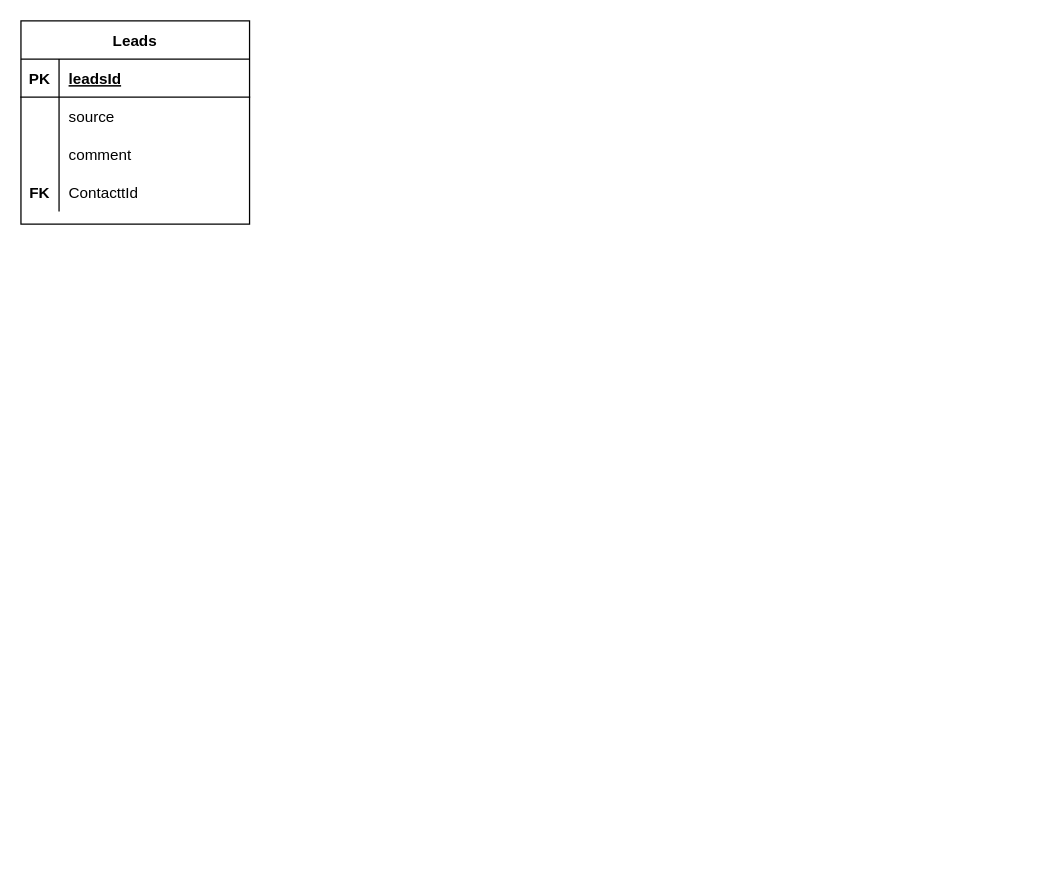
ransht/weather keeps this draw.io diagram as Untitled Diagram.drawio. Above is the earlier version. Source tidied: cells renumbered, new cells numbered last; positions are measured from the earlier drawing's top-left corner, leaving out a move shared by most shapes. Both pictures are drawn from the tidied source at 127%, with x=0, y=0 at pixel (20, 20).
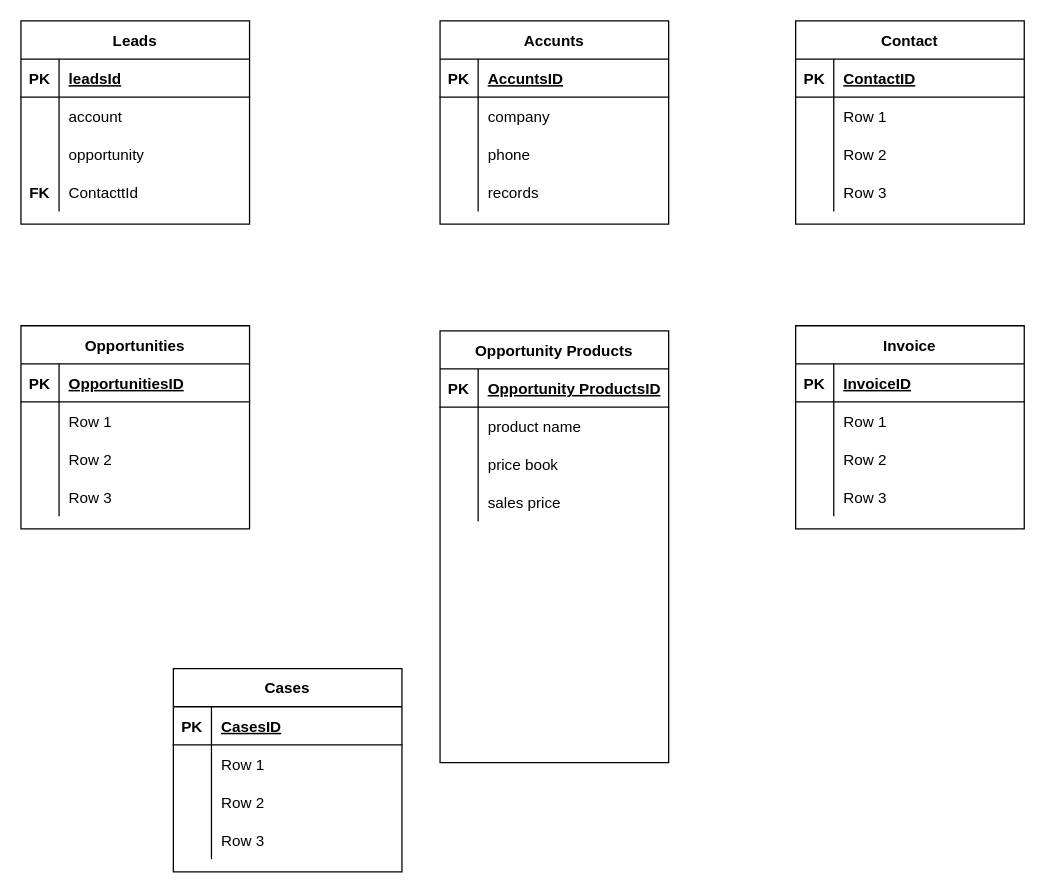
The same page after the edit.

The change refers to these unchanged cells:
```xml
<mxCell id="6" style="shape=tableRow;horizontal=0;startSize=0;swimlaneHead=0;swimlaneBody=0;fillColor=none;top=0;left=0;right=0;bottom=0;" parent="2" vertex="1">
  <mxGeometry y="60" width="180" height="30" as="geometry" />
</mxCell>
<mxCell id="9" style="shape=tableRow;horizontal=0;startSize=0;swimlaneHead=0;swimlaneBody=0;fillColor=none;top=0;left=0;right=0;bottom=0;" parent="2" vertex="1">
  <mxGeometry y="90" width="180" height="30" as="geometry" />
</mxCell>
```

Diff of the diagram source:
```diff
@@
-    <mxCell id="8" value="source" style="shape=partialRectangle;fillColor=none;top=0;left=0;bottom=0;right=0;align=left;spacingLeft=6;overflow=hidden;" parent="6" vertex="1">
+    <mxCell id="8" value="account" style="shape=partialRectangle;fillColor=none;top=0;left=0;bottom=0;right=0;align=left;spacingLeft=6;overflow=hidden;" parent="6" vertex="1">
       <mxGeometry x="30" width="150" height="30" as="geometry" />
     </mxCell>
@@
-    <mxCell id="11" value="comment" style="shape=partialRectangle;fillColor=none;top=0;left=0;bottom=0;right=0;align=left;spacingLeft=6;overflow=hidden;" parent="9" vertex="1">
+    <mxCell id="11" value="opportunity" style="shape=partialRectangle;fillColor=none;top=0;left=0;bottom=0;right=0;align=left;spacingLeft=6;overflow=hidden;" parent="9" vertex="1">
       <mxGeometry x="30" width="150" height="30" as="geometry" />
     </mxCell>
@@
+    <mxCell id="16" value="Opportunities" style="shape=table;startSize=30;childLayout=tableLayout;rowLines=0;fontStyle=1;align=center;" parent="1" vertex="1">
+      <mxGeometry y="240" width="180" height="160" as="geometry" />
+    </mxCell>
+    <mxCell id="17" style="shape=tableRow;horizontal=0;startSize=0;swimlaneHead=0;swimlaneBody=0;fillColor=none;top=0;left=0;right=0;bottom=1;" parent="16" vertex="1">
+      <mxGeometry y="30" width="180" height="30" as="geometry" />
+    </mxCell>
+    <mxCell id="18" value="PK" style="shape=partialRectangle;fillColor=none;top=0;left=0;bottom=0;right=0;fontStyle=1;overflow=hidden;" parent="17" vertex="1">
+      <mxGeometry width="30" height="30" as="geometry" />
+    </mxCell>
+    <mxCell id="19" value="OpportunitiesID" style="shape=partialRectangle;fillColor=none;top=0;left=0;bottom=0;right=0;align=left;spacingLeft=6;fontStyle=5;overflow=hidden;" parent="17" vertex="1">
+      <mxGeometry x="30" width="150" height="30" as="geometry" />
+    </mxCell>
+    <mxCell id="20" style="shape=tableRow;horizontal=0;startSize=0;swimlaneHead=0;swimlaneBody=0;fillColor=none;top=0;left=0;right=0;bottom=0;" parent="16" vertex="1">
+      <mxGeometry y="60" width="180" height="30" as="geometry" />
+    </mxCell>
+    <mxCell id="21" style="shape=partialRectangle;fillColor=none;top=0;left=0;bottom=0;right=0;overflow=hidden;" parent="20" vertex="1">
+      <mxGeometry width="30" height="30" as="geometry" />
+    </mxCell>
+    <mxCell id="22" value="Row 1" style="shape=partialRectangle;fillColor=none;top=0;left=0;bottom=0;right=0;align=left;spacingLeft=6;overflow=hidden;" parent="20" vertex="1">
+      <mxGeometry x="30" width="150" height="30" as="geometry" />
+    </mxCell>
+    <mxCell id="23" style="shape=tableRow;horizontal=0;startSize=0;swimlaneHead=0;swimlaneBody=0;fillColor=none;top=0;left=0;right=0;bottom=0;" parent="16" vertex="1">
+      <mxGeometry y="90" width="180" height="30" as="geometry" />
+    </mxCell>
+    <mxCell id="24" style="shape=partialRectangle;fillColor=none;top=0;left=0;bottom=0;right=0;overflow=hidden;" parent="23" vertex="1">
+      <mxGeometry width="30" height="30" as="geometry" />
+    </mxCell>
+    <mxCell id="25" value="Row 2" style="shape=partialRectangle;fillColor=none;top=0;left=0;bottom=0;right=0;align=left;spacingLeft=6;overflow=hidden;" parent="23" vertex="1">
+      <mxGeometry x="30" width="150" height="30" as="geometry" />
+    </mxCell>
+    <mxCell id="26" style="shape=tableRow;horizontal=0;startSize=0;swimlaneHead=0;swimlaneBody=0;fillColor=none;top=0;left=0;right=0;bottom=0;" parent="16" vertex="1">
+      <mxGeometry y="120" width="180" height="30" as="geometry" />
+    </mxCell>
+    <mxCell id="27" style="shape=partialRectangle;fillColor=none;top=0;left=0;bottom=0;right=0;overflow=hidden;" parent="26" vertex="1">
+      <mxGeometry width="30" height="30" as="geometry" />
+    </mxCell>
+    <mxCell id="28" value="Row 3" style="shape=partialRectangle;fillColor=none;top=0;left=0;bottom=0;right=0;align=left;spacingLeft=6;overflow=hidden;" parent="26" vertex="1">
+      <mxGeometry x="30" width="150" height="30" as="geometry" />
+    </mxCell>
@@
+    <mxCell id="29" value="Opportunity Products" style="shape=table;startSize=30;childLayout=tableLayout;rowLines=0;fontStyle=1;align=center;" parent="1" vertex="1">
+      <mxGeometry x="330" y="244" width="180" height="340" as="geometry" />
+    </mxCell>
+    <mxCell id="30" style="shape=tableRow;horizontal=0;startSize=0;swimlaneHead=0;swimlaneBody=0;fillColor=none;top=0;left=0;right=0;bottom=1;" parent="29" vertex="1">
+      <mxGeometry y="30" width="180" height="30" as="geometry" />
+    </mxCell>
+    <mxCell id="31" value="PK" style="shape=partialRectangle;fillColor=none;top=0;left=0;bottom=0;right=0;fontStyle=1;overflow=hidden;" parent="30" vertex="1">
+      <mxGeometry width="30" height="30" as="geometry" />
+    </mxCell>
+    <mxCell id="32" value="Opportunity ProductsID" style="shape=partialRectangle;fillColor=none;top=0;left=0;bottom=0;right=0;align=left;spacingLeft=6;fontStyle=5;overflow=hidden;" parent="30" vertex="1">
+      <mxGeometry x="30" width="150" height="30" as="geometry" />
+    </mxCell>
+    <mxCell id="33" style="shape=tableRow;horizontal=0;startSize=0;swimlaneHead=0;swimlaneBody=0;fillColor=none;top=0;left=0;right=0;bottom=0;" parent="29" vertex="1">
+      <mxGeometry y="60" width="180" height="30" as="geometry" />
+    </mxCell>
+    <mxCell id="34" style="shape=partialRectangle;fillColor=none;top=0;left=0;bottom=0;right=0;overflow=hidden;" parent="33" vertex="1">
+      <mxGeometry width="30" height="30" as="geometry" />
+    </mxCell>
+    <mxCell id="35" value="product name" style="shape=partialRectangle;fillColor=none;top=0;left=0;bottom=0;right=0;align=left;spacingLeft=6;overflow=hidden;" parent="33" vertex="1">
+      <mxGeometry x="30" width="150" height="30" as="geometry" />
+    </mxCell>
+    <mxCell id="36" style="shape=tableRow;horizontal=0;startSize=0;swimlaneHead=0;swimlaneBody=0;fillColor=none;top=0;left=0;right=0;bottom=0;" parent="29" vertex="1">
+      <mxGeometry y="90" width="180" height="30" as="geometry" />
+    </mxCell>
+    <mxCell id="37" style="shape=partialRectangle;fillColor=none;top=0;left=0;bottom=0;right=0;overflow=hidden;" parent="36" vertex="1">
+      <mxGeometry width="30" height="30" as="geometry" />
+    </mxCell>
+    <mxCell id="38" value="price book" style="shape=partialRectangle;fillColor=none;top=0;left=0;bottom=0;right=0;align=left;spacingLeft=6;overflow=hidden;" parent="36" vertex="1">
+      <mxGeometry x="30" width="150" height="30" as="geometry" />
+    </mxCell>
+    <mxCell id="39" style="shape=tableRow;horizontal=0;startSize=0;swimlaneHead=0;swimlaneBody=0;fillColor=none;top=0;left=0;right=0;bottom=0;" parent="29" vertex="1">
+      <mxGeometry y="120" width="180" height="30" as="geometry" />
+    </mxCell>
+    <mxCell id="40" style="shape=partialRectangle;fillColor=none;top=0;left=0;bottom=0;right=0;overflow=hidden;" parent="39" vertex="1">
+      <mxGeometry width="30" height="30" as="geometry" />
+    </mxCell>
+    <mxCell id="41" value="sales price" style="shape=partialRectangle;fillColor=none;top=0;left=0;bottom=0;right=0;align=left;spacingLeft=6;overflow=hidden;" parent="39" vertex="1">
+      <mxGeometry x="30" width="150" height="30" as="geometry" />
+    </mxCell>
+    <mxCell id="42" value="Contact" style="shape=table;startSize=30;childLayout=tableLayout;rowLines=0;fontStyle=1;align=center;" parent="1" vertex="1">
+      <mxGeometry x="610" width="180" height="160" as="geometry" />
+    </mxCell>
+    <mxCell id="43" style="shape=tableRow;horizontal=0;startSize=0;swimlaneHead=0;swimlaneBody=0;fillColor=none;top=0;left=0;right=0;bottom=1;" parent="42" vertex="1">
+      <mxGeometry y="30" width="180" height="30" as="geometry" />
+    </mxCell>
+    <mxCell id="44" value="PK" style="shape=partialRectangle;fillColor=none;top=0;left=0;bottom=0;right=0;fontStyle=1;overflow=hidden;" parent="43" vertex="1">
+      <mxGeometry width="30" height="30" as="geometry" />
+    </mxCell>
+    <mxCell id="45" value="ContactID" style="shape=partialRectangle;fillColor=none;top=0;left=0;bottom=0;right=0;align=left;spacingLeft=6;fontStyle=5;overflow=hidden;" parent="43" vertex="1">
+      <mxGeometry x="30" width="150" height="30" as="geometry" />
+    </mxCell>
+    <mxCell id="46" style="shape=tableRow;horizontal=0;startSize=0;swimlaneHead=0;swimlaneBody=0;fillColor=none;top=0;left=0;right=0;bottom=0;" parent="42" vertex="1">
+      <mxGeometry y="60" width="180" height="30" as="geometry" />
+    </mxCell>
+    <mxCell id="47" style="shape=partialRectangle;fillColor=none;top=0;left=0;bottom=0;right=0;overflow=hidden;" parent="46" vertex="1">
+      <mxGeometry width="30" height="30" as="geometry" />
+    </mxCell>
+    <mxCell id="48" value="Row 1" style="shape=partialRectangle;fillColor=none;top=0;left=0;bottom=0;right=0;align=left;spacingLeft=6;overflow=hidden;" parent="46" vertex="1">
+      <mxGeometry x="30" width="150" height="30" as="geometry" />
+    </mxCell>
+    <mxCell id="49" style="shape=tableRow;horizontal=0;startSize=0;swimlaneHead=0;swimlaneBody=0;fillColor=none;top=0;left=0;right=0;bottom=0;" parent="42" vertex="1">
+      <mxGeometry y="90" width="180" height="30" as="geometry" />
+    </mxCell>
+    <mxCell id="50" style="shape=partialRectangle;fillColor=none;top=0;left=0;bottom=0;right=0;overflow=hidden;" parent="49" vertex="1">
+      <mxGeometry width="30" height="30" as="geometry" />
+    </mxCell>
+    <mxCell id="51" value="Row 2" style="shape=partialRectangle;fillColor=none;top=0;left=0;bottom=0;right=0;align=left;spacingLeft=6;overflow=hidden;" parent="49" vertex="1">
+      <mxGeometry x="30" width="150" height="30" as="geometry" />
+    </mxCell>
+    <mxCell id="52" style="shape=tableRow;horizontal=0;startSize=0;swimlaneHead=0;swimlaneBody=0;fillColor=none;top=0;left=0;right=0;bottom=0;" parent="42" vertex="1">
+      <mxGeometry y="120" width="180" height="30" as="geometry" />
+    </mxCell>
+    <mxCell id="53" style="shape=partialRectangle;fillColor=none;top=0;left=0;bottom=0;right=0;overflow=hidden;" parent="52" vertex="1">
+      <mxGeometry width="30" height="30" as="geometry" />
+    </mxCell>
+    <mxCell id="54" value="Row 3" style="shape=partialRectangle;fillColor=none;top=0;left=0;bottom=0;right=0;align=left;spacingLeft=6;overflow=hidden;" parent="52" vertex="1">
+      <mxGeometry x="30" width="150" height="30" as="geometry" />
+    </mxCell>
+    <mxCell id="55" value="Cases" style="shape=table;startSize=30;childLayout=tableLayout;rowLines=0;fontStyle=1;align=center;" parent="1" vertex="1">
+      <mxGeometry x="120" y="510" width="180" height="160" as="geometry" />
+    </mxCell>
+    <mxCell id="56" style="shape=tableRow;horizontal=0;startSize=0;swimlaneHead=0;swimlaneBody=0;fillColor=none;top=0;left=0;right=0;bottom=1;" parent="55" vertex="1">
+      <mxGeometry y="30" width="180" height="30" as="geometry" />
+    </mxCell>
+    <mxCell id="57" value="PK" style="shape=partialRectangle;fillColor=none;top=0;left=0;bottom=0;right=0;fontStyle=1;overflow=hidden;" parent="56" vertex="1">
+      <mxGeometry width="30" height="30" as="geometry" />
+    </mxCell>
+    <mxCell id="58" value="CasesID" style="shape=partialRectangle;fillColor=none;top=0;left=0;bottom=0;right=0;align=left;spacingLeft=6;fontStyle=5;overflow=hidden;" parent="56" vertex="1">
+      <mxGeometry x="30" width="150" height="30" as="geometry" />
+    </mxCell>
+    <mxCell id="59" style="shape=tableRow;horizontal=0;startSize=0;swimlaneHead=0;swimlaneBody=0;fillColor=none;top=0;left=0;right=0;bottom=0;" parent="55" vertex="1">
+      <mxGeometry y="60" width="180" height="30" as="geometry" />
+    </mxCell>
+    <mxCell id="60" style="shape=partialRectangle;fillColor=none;top=0;left=0;bottom=0;right=0;overflow=hidden;" parent="59" vertex="1">
+      <mxGeometry width="30" height="30" as="geometry" />
+    </mxCell>
+    <mxCell id="61" value="Row 1" style="shape=partialRectangle;fillColor=none;top=0;left=0;bottom=0;right=0;align=left;spacingLeft=6;overflow=hidden;" parent="59" vertex="1">
+      <mxGeometry x="30" width="150" height="30" as="geometry" />
+    </mxCell>
+    <mxCell id="62" style="shape=tableRow;horizontal=0;startSize=0;swimlaneHead=0;swimlaneBody=0;fillColor=none;top=0;left=0;right=0;bottom=0;" parent="55" vertex="1">
+      <mxGeometry y="90" width="180" height="30" as="geometry" />
+    </mxCell>
+    <mxCell id="63" style="shape=partialRectangle;fillColor=none;top=0;left=0;bottom=0;right=0;overflow=hidden;" parent="62" vertex="1">
+      <mxGeometry width="30" height="30" as="geometry" />
+    </mxCell>
+    <mxCell id="64" value="Row 2" style="shape=partialRectangle;fillColor=none;top=0;left=0;bottom=0;right=0;align=left;spacingLeft=6;overflow=hidden;" parent="62" vertex="1">
+      <mxGeometry x="30" width="150" height="30" as="geometry" />
+    </mxCell>
+    <mxCell id="65" style="shape=tableRow;horizontal=0;startSize=0;swimlaneHead=0;swimlaneBody=0;fillColor=none;top=0;left=0;right=0;bottom=0;" parent="55" vertex="1">
+      <mxGeometry y="120" width="180" height="30" as="geometry" />
+    </mxCell>
+    <mxCell id="66" style="shape=partialRectangle;fillColor=none;top=0;left=0;bottom=0;right=0;overflow=hidden;" parent="65" vertex="1">
+      <mxGeometry width="30" height="30" as="geometry" />
+    </mxCell>
+    <mxCell id="67" value="Row 3" style="shape=partialRectangle;fillColor=none;top=0;left=0;bottom=0;right=0;align=left;spacingLeft=6;overflow=hidden;" parent="65" vertex="1">
+      <mxGeometry x="30" width="150" height="30" as="geometry" />
+    </mxCell>
+    <mxCell id="68" value="Accunts" style="shape=table;startSize=30;childLayout=tableLayout;rowLines=0;fontStyle=1;align=center;" parent="1" vertex="1">
+      <mxGeometry x="330" width="180" height="160" as="geometry" />
+    </mxCell>
+    <mxCell id="69" style="shape=tableRow;horizontal=0;startSize=0;swimlaneHead=0;swimlaneBody=0;fillColor=none;top=0;left=0;right=0;bottom=1;" parent="68" vertex="1">
+      <mxGeometry y="30" width="180" height="30" as="geometry" />
+    </mxCell>
+    <mxCell id="70" value="PK" style="shape=partialRectangle;fillColor=none;top=0;left=0;bottom=0;right=0;fontStyle=1;overflow=hidden;" parent="69" vertex="1">
+      <mxGeometry width="30" height="30" as="geometry" />
+    </mxCell>
+    <mxCell id="71" value="AccuntsID" style="shape=partialRectangle;fillColor=none;top=0;left=0;bottom=0;right=0;align=left;spacingLeft=6;fontStyle=5;overflow=hidden;" parent="69" vertex="1">
+      <mxGeometry x="30" width="150" height="30" as="geometry" />
+    </mxCell>
+    <mxCell id="72" style="shape=tableRow;horizontal=0;startSize=0;swimlaneHead=0;swimlaneBody=0;fillColor=none;top=0;left=0;right=0;bottom=0;" parent="68" vertex="1">
+      <mxGeometry y="60" width="180" height="30" as="geometry" />
+    </mxCell>
+    <mxCell id="73" style="shape=partialRectangle;fillColor=none;top=0;left=0;bottom=0;right=0;overflow=hidden;" parent="72" vertex="1">
+      <mxGeometry width="30" height="30" as="geometry" />
+    </mxCell>
+    <mxCell id="74" value="company" style="shape=partialRectangle;fillColor=none;top=0;left=0;bottom=0;right=0;align=left;spacingLeft=6;overflow=hidden;" parent="72" vertex="1">
+      <mxGeometry x="30" width="150" height="30" as="geometry" />
+    </mxCell>
+    <mxCell id="75" style="shape=tableRow;horizontal=0;startSize=0;swimlaneHead=0;swimlaneBody=0;fillColor=none;top=0;left=0;right=0;bottom=0;" parent="68" vertex="1">
+      <mxGeometry y="90" width="180" height="30" as="geometry" />
+    </mxCell>
+    <mxCell id="76" style="shape=partialRectangle;fillColor=none;top=0;left=0;bottom=0;right=0;overflow=hidden;" parent="75" vertex="1">
+      <mxGeometry width="30" height="30" as="geometry" />
+    </mxCell>
+    <mxCell id="77" value="phone" style="shape=partialRectangle;fillColor=none;top=0;left=0;bottom=0;right=0;align=left;spacingLeft=6;overflow=hidden;" parent="75" vertex="1">
+      <mxGeometry x="30" width="150" height="30" as="geometry" />
+    </mxCell>
+    <mxCell id="78" style="shape=tableRow;horizontal=0;startSize=0;swimlaneHead=0;swimlaneBody=0;fillColor=none;top=0;left=0;right=0;bottom=0;" parent="68" vertex="1">
+      <mxGeometry y="120" width="180" height="30" as="geometry" />
+    </mxCell>
+    <mxCell id="79" style="shape=partialRectangle;fillColor=none;top=0;left=0;bottom=0;right=0;overflow=hidden;" parent="78" vertex="1">
+      <mxGeometry width="30" height="30" as="geometry" />
+    </mxCell>
+    <mxCell id="80" value="records" style="shape=partialRectangle;fillColor=none;top=0;left=0;bottom=0;right=0;align=left;spacingLeft=6;overflow=hidden;" parent="78" vertex="1">
+      <mxGeometry x="30" width="150" height="30" as="geometry" />
+    </mxCell>
+    <mxCell id="81" value="Invoice" style="shape=table;startSize=30;childLayout=tableLayout;rowLines=0;fontStyle=1;align=center;" parent="1" vertex="1">
+      <mxGeometry x="610" y="240" width="180" height="160" as="geometry" />
+    </mxCell>
+    <mxCell id="82" style="shape=tableRow;horizontal=0;startSize=0;swimlaneHead=0;swimlaneBody=0;fillColor=none;top=0;left=0;right=0;bottom=1;" parent="81" vertex="1">
+      <mxGeometry y="30" width="180" height="30" as="geometry" />
+    </mxCell>
+    <mxCell id="83" value="PK" style="shape=partialRectangle;fillColor=none;top=0;left=0;bottom=0;right=0;fontStyle=1;overflow=hidden;" parent="82" vertex="1">
+      <mxGeometry width="30" height="30" as="geometry" />
+    </mxCell>
+    <mxCell id="84" value="InvoiceID" style="shape=partialRectangle;fillColor=none;top=0;left=0;bottom=0;right=0;align=left;spacingLeft=6;fontStyle=5;overflow=hidden;" parent="82" vertex="1">
+      <mxGeometry x="30" width="150" height="30" as="geometry" />
+    </mxCell>
+    <mxCell id="85" style="shape=tableRow;horizontal=0;startSize=0;swimlaneHead=0;swimlaneBody=0;fillColor=none;top=0;left=0;right=0;bottom=0;" parent="81" vertex="1">
+      <mxGeometry y="60" width="180" height="30" as="geometry" />
+    </mxCell>
+    <mxCell id="86" style="shape=partialRectangle;fillColor=none;top=0;left=0;bottom=0;right=0;overflow=hidden;" parent="85" vertex="1">
+      <mxGeometry width="30" height="30" as="geometry" />
+    </mxCell>
+    <mxCell id="87" value="Row 1" style="shape=partialRectangle;fillColor=none;top=0;left=0;bottom=0;right=0;align=left;spacingLeft=6;overflow=hidden;" parent="85" vertex="1">
+      <mxGeometry x="30" width="150" height="30" as="geometry" />
+    </mxCell>
+    <mxCell id="88" style="shape=tableRow;horizontal=0;startSize=0;swimlaneHead=0;swimlaneBody=0;fillColor=none;top=0;left=0;right=0;bottom=0;" parent="81" vertex="1">
+      <mxGeometry y="90" width="180" height="30" as="geometry" />
+    </mxCell>
+    <mxCell id="89" style="shape=partialRectangle;fillColor=none;top=0;left=0;bottom=0;right=0;overflow=hidden;" parent="88" vertex="1">
+      <mxGeometry width="30" height="30" as="geometry" />
+    </mxCell>
+    <mxCell id="90" value="Row 2" style="shape=partialRectangle;fillColor=none;top=0;left=0;bottom=0;right=0;align=left;spacingLeft=6;overflow=hidden;" parent="88" vertex="1">
+      <mxGeometry x="30" width="150" height="30" as="geometry" />
+    </mxCell>
+    <mxCell id="91" style="shape=tableRow;horizontal=0;startSize=0;swimlaneHead=0;swimlaneBody=0;fillColor=none;top=0;left=0;right=0;bottom=0;" parent="81" vertex="1">
+      <mxGeometry y="120" width="180" height="30" as="geometry" />
+    </mxCell>
+    <mxCell id="92" style="shape=partialRectangle;fillColor=none;top=0;left=0;bottom=0;right=0;overflow=hidden;" parent="91" vertex="1">
+      <mxGeometry width="30" height="30" as="geometry" />
+    </mxCell>
+    <mxCell id="93" value="Row 3" style="shape=partialRectangle;fillColor=none;top=0;left=0;bottom=0;right=0;align=left;spacingLeft=6;overflow=hidden;" parent="91" vertex="1">
+      <mxGeometry x="30" width="150" height="30" as="geometry" />
+    </mxCell>
```
